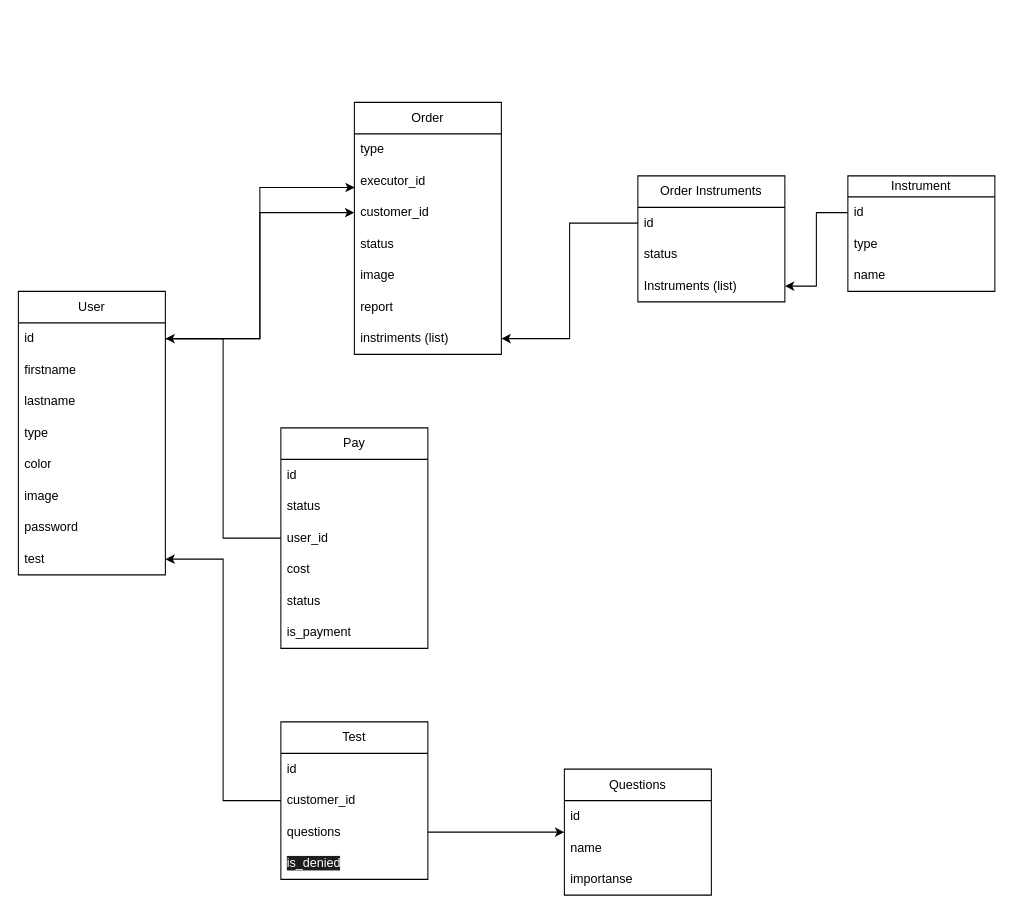
Above: MFC-0000.drawio in ArtyomIvlev/make_cats_free_again (draw.io), before the change. Source tidied: cells renumbered, new cells numbered last; positions are measured from the earlier drawing's top-left corner, leaving out a move shared by most shapes. Both pictures are drawn from the tidied source at 105%, with x=0, y=0 at pixel (18, 102).
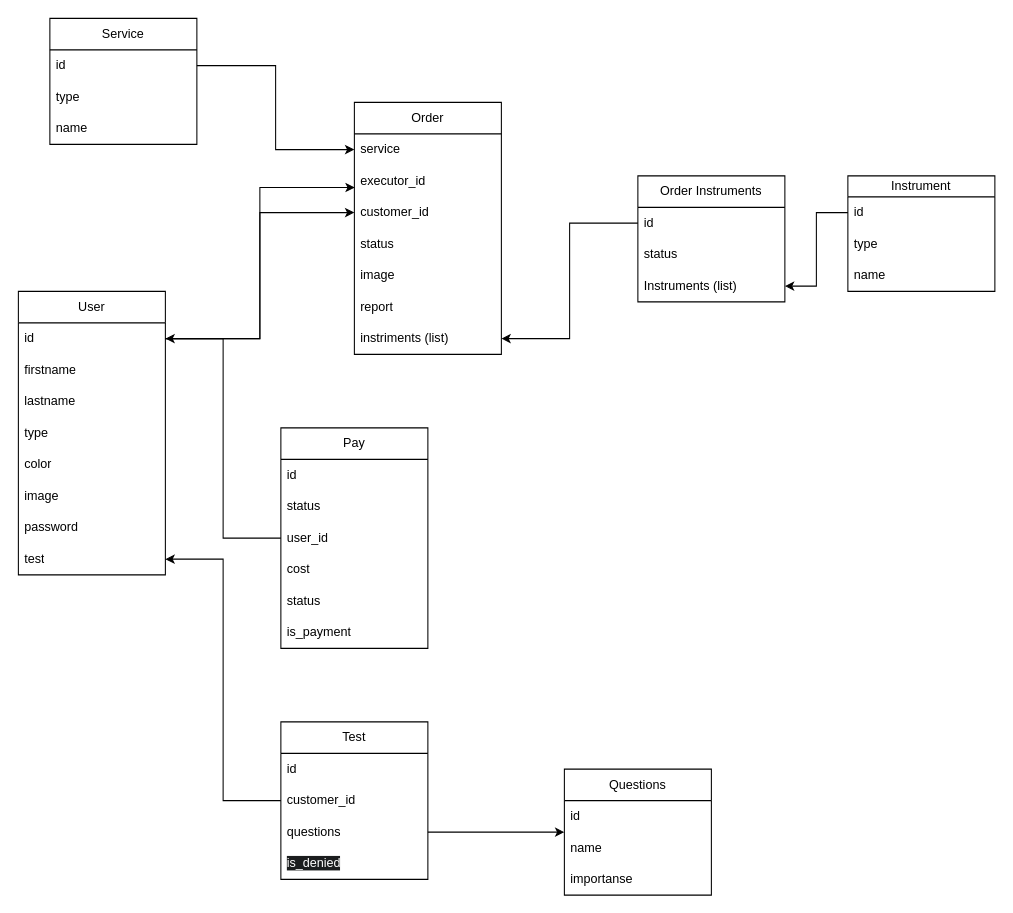
Above is the later version.

Commit message:
Added service table

Unchanged cells that the change refers to:
```xml
<mxCell id="11" value="Order" style="swimlane;fontStyle=0;horizontal=1;startSize=30;whiteSpace=wrap;html=1;" parent="1" vertex="1">
  <mxGeometry x="320" width="140" height="240" as="geometry" />
</mxCell>
```

What changed in the source:
```diff
@@
-    <mxCell id="12" value="type" style="text;strokeColor=none;fillColor=none;align=left;verticalAlign=middle;spacingLeft=4;spacingRight=4;overflow=hidden;points=[[0,0.5],[1,0.5]];portConstraint=eastwest;whiteSpace=wrap;html=1;" parent="11" vertex="1">
+    <mxCell id="12" value="service" style="text;strokeColor=none;fillColor=none;align=left;verticalAlign=middle;spacingLeft=4;spacingRight=4;overflow=hidden;points=[[0,0.5],[1,0.5]];portConstraint=eastwest;whiteSpace=wrap;html=1;" parent="11" vertex="1">
       <mxGeometry y="30" width="140" height="30" as="geometry" />
     </mxCell>
@@
+    <mxCell id="50" value="Service" style="swimlane;fontStyle=0;horizontal=1;startSize=30;whiteSpace=wrap;html=1;" parent="1" vertex="1">
+      <mxGeometry x="30" y="-80" width="140" height="120" as="geometry" />
+    </mxCell>
+    <mxCell id="51" value="id" style="text;strokeColor=none;fillColor=none;align=left;verticalAlign=middle;spacingLeft=4;spacingRight=4;overflow=hidden;points=[[0,0.5],[1,0.5]];portConstraint=eastwest;whiteSpace=wrap;html=1;" parent="50" vertex="1">
+      <mxGeometry y="30" width="140" height="30" as="geometry" />
+    </mxCell>
+    <mxCell id="52" value="type" style="text;strokeColor=none;fillColor=none;align=left;verticalAlign=middle;spacingLeft=4;spacingRight=4;overflow=hidden;whiteSpace=wrap;html=1;" parent="50" vertex="1">
+      <mxGeometry y="60" width="140" height="30" as="geometry" />
+    </mxCell>
+    <mxCell id="53" value="name&amp;nbsp;" style="text;strokeColor=none;fillColor=none;align=left;verticalAlign=middle;spacingLeft=4;spacingRight=4;overflow=hidden;whiteSpace=wrap;html=1;" parent="50" vertex="1">
+      <mxGeometry y="90" width="140" height="30" as="geometry" />
+    </mxCell>
+    <mxCell id="54" style="edgeStyle=orthogonalEdgeStyle;rounded=0;jettySize=auto;html=1;entryX=0;entryY=0.5;entryDx=0;entryDy=0;" parent="1" edge="1" source="51" target="12">
+      <mxGeometry relative="1" as="geometry" />
+    </mxCell>
```
